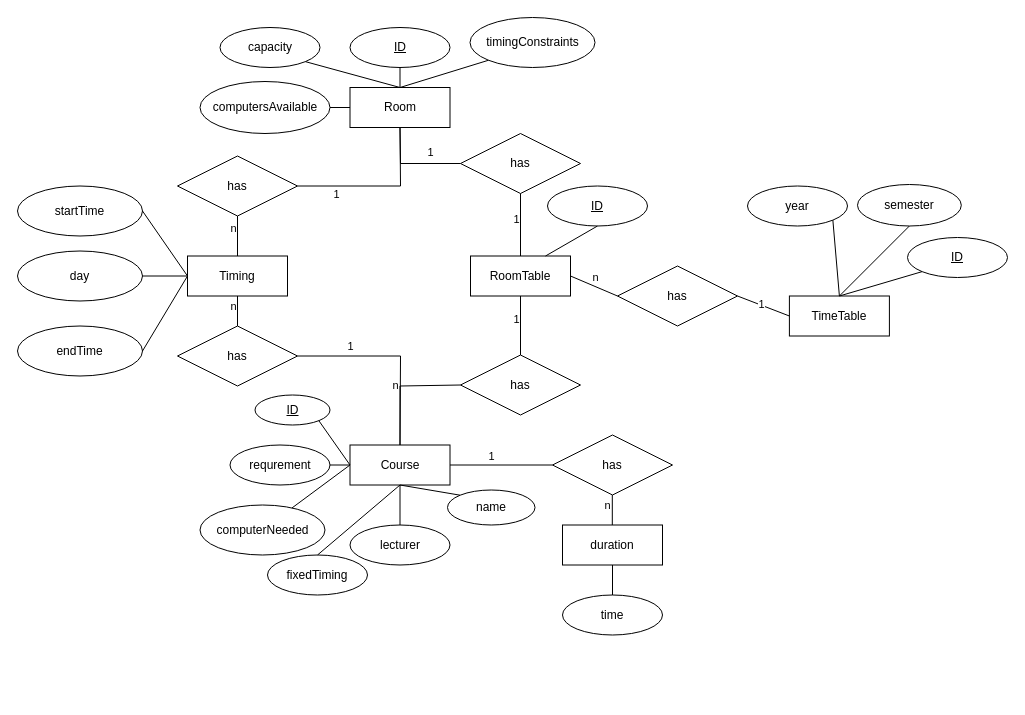
This is Doku/ER Diagramm/diagramme.drawio from Darkuna/Lecture-Connect, a draw.io file, before an edit. Source tidied: cells renumbered, new cells numbered last; positions are measured from the earlier drawing's top-left corner, leaving out a move shared by most shapes. Both pictures are drawn from the tidied source at 100%, with x=0, y=0 at pixel (17, 17).
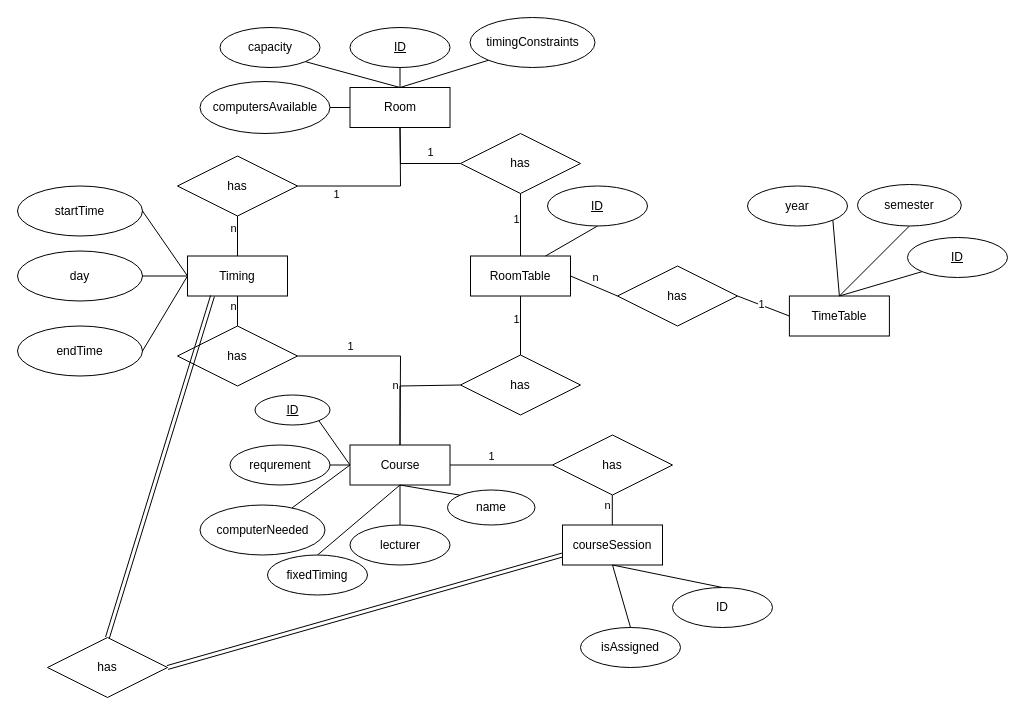
The same page after the edit.

The change refers to these unchanged cells:
```xml
<mxCell id="2" value="Timing" style="whiteSpace=wrap;html=1;align=center;" parent="1" vertex="1">
  <mxGeometry x="170" y="238.5" width="100" height="40" as="geometry" />
</mxCell>
```

What changed in the source:
```diff
@@
-    <mxCell id="39" value="duration" style="whiteSpace=wrap;html=1;align=center;" parent="1" vertex="1">
+    <mxCell id="39" value="courseSession" style="whiteSpace=wrap;html=1;align=center;" parent="1" vertex="1">
       <mxGeometry x="545" y="507.5" width="100" height="40" as="geometry" />
     </mxCell>
-    <mxCell id="40" value="time" style="ellipse;whiteSpace=wrap;html=1;align=center;" parent="1" vertex="1">
-      <mxGeometry x="545" y="577.5" width="100" height="40" as="geometry" />
+    <mxCell id="40" value="ID" style="ellipse;whiteSpace=wrap;html=1;align=center;" parent="1" vertex="1">
+      <mxGeometry x="655" y="570" width="100" height="40" as="geometry" />
     </mxCell>
@@
+    <mxCell id="74" value="isAssigned" style="ellipse;whiteSpace=wrap;html=1;align=center;" parent="1" vertex="1">
+      <mxGeometry x="563" y="610" width="100" height="40" as="geometry" />
+    </mxCell>
+    <mxCell id="75" style="endArrow=none;html=1;rounded=0;exitX=0.5;exitY=0;exitDx=0;exitDy=0;entryX=0.5;entryY=1;entryDx=0;entryDy=0;" parent="1" edge="1" source="74" target="39">
+      <mxGeometry relative="1" as="geometry" />
+    </mxCell>
+    <mxCell id="76" value="has" style="shape=rhombus;perimeter=rhombusPerimeter;whiteSpace=wrap;html=1;align=center;" parent="1" vertex="1">
+      <mxGeometry x="30" y="620" width="120" height="60" as="geometry" />
+    </mxCell>
+    <mxCell id="77" style="endArrow=none;html=1;rounded=0;exitX=0;exitY=0.75;exitDx=0;exitDy=0;entryX=1;entryY=0.5;entryDx=0;entryDy=0;shape=link;" parent="1" edge="1" source="39" target="76">
+      <mxGeometry relative="1" as="geometry" />
+    </mxCell>
+    <mxCell id="78" style="endArrow=none;html=1;rounded=0;exitX=0.5;exitY=0;exitDx=0;exitDy=0;entryX=0.25;entryY=1;entryDx=0;entryDy=0;shape=link;" parent="1" edge="1" source="76" target="2">
+      <mxGeometry relative="1" as="geometry" />
+    </mxCell>
```
